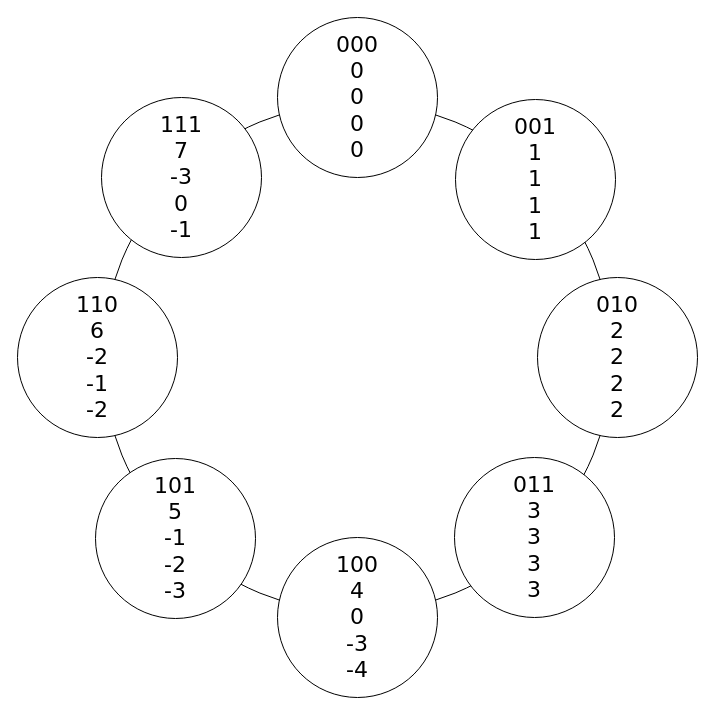
This is docs/assets/images/complement-circle.drawio from heig-tin-info/handbook, a draw.io file, before an edit. Source tidied: cells renumbered, new cells numbered last; positions are measured from the earlier drawing's top-left corner, leaving out a move shared by most shapes. Both pictures are drawn from the tidied source at 100%, with x=0, y=0 at pixel (17, 17).
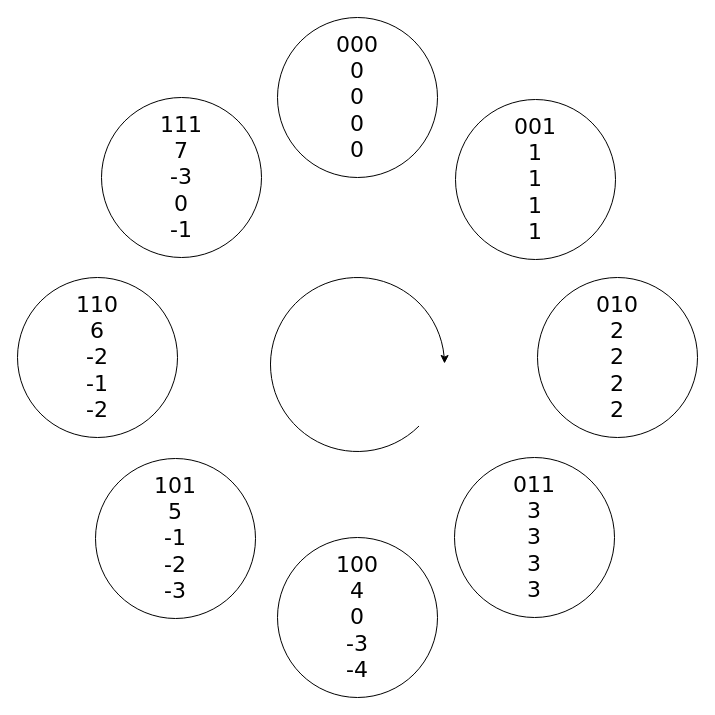
The same diagram, later.

Change to the diagram source:
```diff
@@
 <mxGraphModel>
   <root>
     <mxCell id="0" />
     <mxCell id="1" parent="0" />
-    <mxCell id="2" style="ellipse;whiteSpace=wrap;html=1;fillColor=none;" parent="1" vertex="1">
-      <mxGeometry x="85" y="85" width="510" height="510" as="geometry" />
-    </mxCell>
-    <mxCell id="3" value="000&lt;br&gt;0&lt;br&gt;0&lt;br&gt;0&lt;br&gt;0" style="ellipse;whiteSpace=wrap;html=1;rounded=0;shadow=0;dashed=0;comic=0;fontFamily=Verdana;fontSize=22;" parent="1" vertex="1">
+    <mxCell id="3" value="000&lt;br&gt;0&lt;br&gt;0&lt;br&gt;0&lt;br&gt;0" style="ellipse;whiteSpace=wrap;html=1;rounded=0;shadow=0;dashed=0;comic=0;fontFamily=Verdana;fontSize=22;fillColor=none;" parent="1" vertex="1">
       <mxGeometry x="260" width="160" height="160" as="geometry" />
     </mxCell>
-    <mxCell id="4" value="100&lt;br&gt;4&lt;br&gt;0&lt;br&gt;-3&lt;br&gt;-4" style="ellipse;whiteSpace=wrap;html=1;rounded=0;shadow=0;dashed=0;comic=0;fontFamily=Verdana;fontSize=22;" parent="1" vertex="1">
+    <mxCell id="4" value="100&lt;br&gt;4&lt;br&gt;0&lt;br&gt;-3&lt;br&gt;-4" style="ellipse;whiteSpace=wrap;html=1;rounded=0;shadow=0;dashed=0;comic=0;fontFamily=Verdana;fontSize=22;fillColor=none;" parent="1" vertex="1">
       <mxGeometry x="260" y="520" width="160" height="160" as="geometry" />
     </mxCell>
-    <mxCell id="5" value="010&lt;br&gt;2&lt;br&gt;2&lt;br&gt;2&lt;br&gt;2" style="ellipse;whiteSpace=wrap;html=1;rounded=0;shadow=0;dashed=0;comic=0;fontFamily=Verdana;fontSize=22;" parent="1" vertex="1">
+    <mxCell id="5" value="010&lt;br&gt;2&lt;br&gt;2&lt;br&gt;2&lt;br&gt;2" style="ellipse;whiteSpace=wrap;html=1;rounded=0;shadow=0;dashed=0;comic=0;fontFamily=Verdana;fontSize=22;fillColor=none;" parent="1" vertex="1">
       <mxGeometry x="520" y="260" width="160" height="160" as="geometry" />
     </mxCell>
-    <mxCell id="6" value="110&lt;br&gt;6&lt;br&gt;-2&lt;br&gt;-1&lt;br&gt;-2" style="ellipse;whiteSpace=wrap;html=1;rounded=0;shadow=0;dashed=0;comic=0;fontFamily=Verdana;fontSize=22;" parent="1" vertex="1">
+    <mxCell id="6" value="110&lt;br&gt;6&lt;br&gt;-2&lt;br&gt;-1&lt;br&gt;-2" style="ellipse;whiteSpace=wrap;html=1;rounded=0;shadow=0;dashed=0;comic=0;fontFamily=Verdana;fontSize=22;fillColor=none;" parent="1" vertex="1">
       <mxGeometry y="260" width="160" height="160" as="geometry" />
     </mxCell>
-    <mxCell id="7" value="111&lt;br&gt;7&lt;br&gt;-3&lt;br&gt;0&lt;br&gt;-1" style="ellipse;whiteSpace=wrap;html=1;rounded=0;shadow=0;dashed=0;comic=0;fontFamily=Verdana;fontSize=22;" parent="1" vertex="1">
+    <mxCell id="7" value="111&lt;br&gt;7&lt;br&gt;-3&lt;br&gt;0&lt;br&gt;-1" style="ellipse;whiteSpace=wrap;html=1;rounded=0;shadow=0;dashed=0;comic=0;fontFamily=Verdana;fontSize=22;fillColor=none;" parent="1" vertex="1">
       <mxGeometry x="84" y="80" width="160" height="160" as="geometry" />
     </mxCell>
-    <mxCell id="8" value="001&lt;br&gt;1&lt;br&gt;1&lt;br&gt;1&lt;br&gt;1" style="ellipse;whiteSpace=wrap;html=1;rounded=0;shadow=0;dashed=0;comic=0;fontFamily=Verdana;fontSize=22;" parent="1" vertex="1">
+    <mxCell id="8" value="001&lt;br&gt;1&lt;br&gt;1&lt;br&gt;1&lt;br&gt;1" style="ellipse;whiteSpace=wrap;html=1;rounded=0;shadow=0;dashed=0;comic=0;fontFamily=Verdana;fontSize=22;fillColor=none;" parent="1" vertex="1">
       <mxGeometry x="438" y="82" width="160" height="160" as="geometry" />
     </mxCell>
-    <mxCell id="9" value="011&lt;br&gt;3&lt;br&gt;3&lt;br&gt;3&lt;br&gt;3" style="ellipse;whiteSpace=wrap;html=1;rounded=0;shadow=0;dashed=0;comic=0;fontFamily=Verdana;fontSize=22;" parent="1" vertex="1">
+    <mxCell id="9" value="011&lt;br&gt;3&lt;br&gt;3&lt;br&gt;3&lt;br&gt;3" style="ellipse;whiteSpace=wrap;html=1;rounded=0;shadow=0;dashed=0;comic=0;fontFamily=Verdana;fontSize=22;fillColor=none;" parent="1" vertex="1">
       <mxGeometry x="437" y="440" width="160" height="160" as="geometry" />
     </mxCell>
-    <mxCell id="10" value="101&lt;br&gt;5&lt;br&gt;-1&lt;br&gt;-2&lt;br&gt;-3" style="ellipse;whiteSpace=wrap;html=1;rounded=0;shadow=0;dashed=0;comic=0;fontFamily=Verdana;fontSize=22;" parent="1" vertex="1">
+    <mxCell id="10" value="101&lt;br&gt;5&lt;br&gt;-1&lt;br&gt;-2&lt;br&gt;-3" style="ellipse;whiteSpace=wrap;html=1;rounded=0;shadow=0;dashed=0;comic=0;fontFamily=Verdana;fontSize=22;fillColor=none;" parent="1" vertex="1">
       <mxGeometry x="78" y="441" width="160" height="160" as="geometry" />
     </mxCell>
+    <mxCell id="11" style="verticalLabelPosition=bottom;verticalAlign=top;html=1;shape=mxgraph.basic.arc;startAngle=0.375;endAngle=0.23557103081184777;strokeColor=default;" parent="1" vertex="1">
+      <mxGeometry x="253" y="260" width="174" height="174" as="geometry" />
+    </mxCell>
+    <mxCell id="12" style="endArrow=classic;html=1;rounded=0;" parent="1" edge="1">
+      <mxGeometry relative="1" as="geometry">
+        <mxPoint x="427.1" y="339" as="sourcePoint" />
+        <mxPoint x="427" y="346" as="targetPoint" />
+      </mxGeometry>
+    </mxCell>
   </root>
 </mxGraphModel>
```
